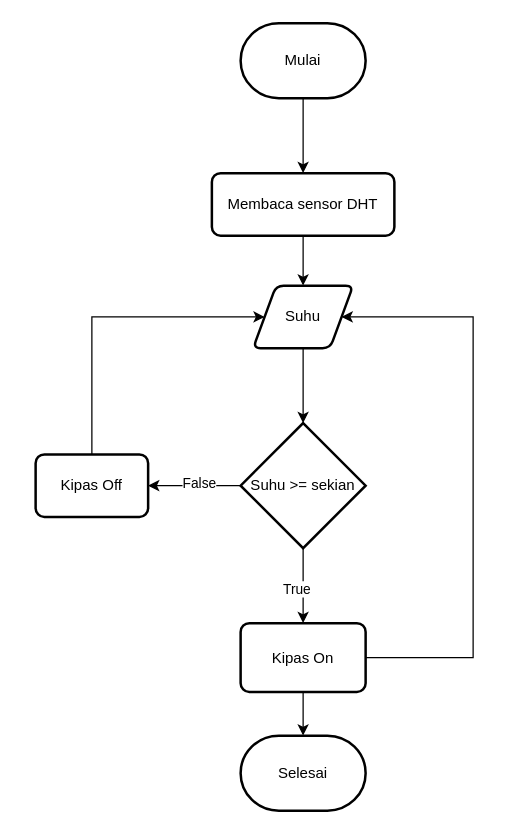
This is diagram/Flowchart.drawio from lalala2b/project-bpvp, a draw.io file, before an edit. Source tidied: cells renumbered, new cells numbered last; positions are measured from the earlier drawing's top-left corner, leaving out a move shared by most shapes. Both pictures are drawn from the tidied source at 125%, with x=0, y=0 at pixel (35, 22).
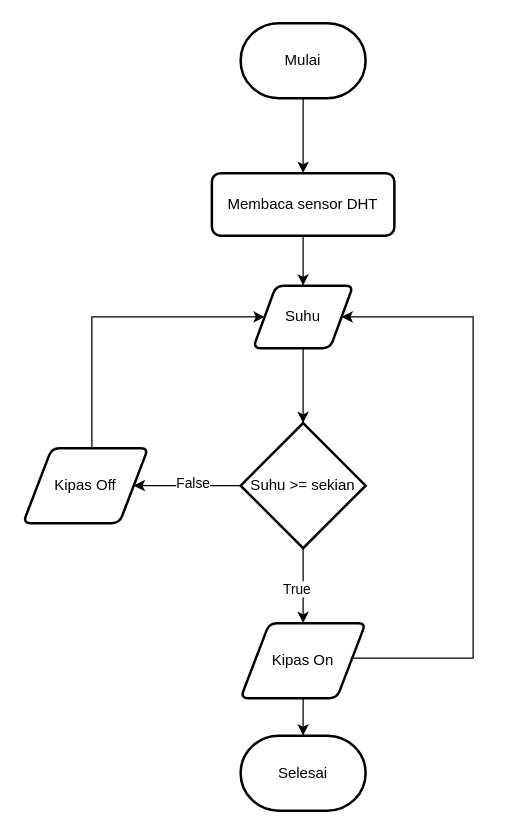
The same page after the edit.

Unchanged cells that the change refers to:
```xml
<mxCell id="6" value="Suhu" style="shape=parallelogram;html=1;strokeWidth=2;perimeter=parallelogramPerimeter;whiteSpace=wrap;rounded=1;arcSize=12;size=0.23;" parent="1" vertex="1">
  <mxGeometry x="174" y="210" width="80" height="50" as="geometry" />
</mxCell>
<mxCell id="17" value="Selesai" style="strokeWidth=2;html=1;shape=mxgraph.flowchart.terminator;whiteSpace=wrap;" parent="1" vertex="1">
  <mxGeometry x="164" y="570" width="100" height="60" as="geometry" />
</mxCell>
```

What changed in the source:
```diff
@@
-    <mxCell id="13" style="edgeStyle=orthogonalEdgeStyle;rounded=0;jettySize=auto;html=1;exitX=0.5;exitY=0;exitDx=0;exitDy=0;entryX=0;entryY=0.5;entryDx=0;entryDy=0;" parent="1" edge="1" source="14" target="6">
+    <mxCell id="13" style="edgeStyle=orthogonalEdgeStyle;rounded=0;jettySize=auto;html=1;entryX=0;entryY=0.5;entryDx=0;entryDy=0;exitX=0.5;exitY=0;exitDx=0;exitDy=0;" parent="1" edge="1" source="14" target="6">
       <mxGeometry relative="1" as="geometry">
         <Array as="points">
+          <mxPoint x="45" y="340" />
           <mxPoint x="45" y="235" />
         </Array>
       </mxGeometry>
     </mxCell>
-    <mxCell id="14" value="Kipas Off" style="rounded=1;whiteSpace=wrap;html=1;absoluteArcSize=1;arcSize=14;strokeWidth=2;" parent="1" vertex="1">
-      <mxGeometry y="345" width="90" height="50" as="geometry" />
-    </mxCell>
     <mxCell id="15" style="edgeStyle=orthogonalEdgeStyle;rounded=0;jettySize=auto;html=1;exitX=1;exitY=0.5;exitDx=0;exitDy=0;entryX=1;entryY=0.5;entryDx=0;entryDy=0;" parent="1" edge="1" source="16" target="6">
       <mxGeometry relative="1" as="geometry">
         <Array as="points">
+          <mxPoint x="253" y="508" />
           <mxPoint x="350" y="508" />
           <mxPoint x="350" y="235" />
         </Array>
       </mxGeometry>
     </mxCell>
-    <mxCell id="16" value="Kipas On" style="rounded=1;whiteSpace=wrap;html=1;absoluteArcSize=1;arcSize=14;strokeWidth=2;" parent="1" vertex="1">
-      <mxGeometry x="164" y="480" width="100" height="55" as="geometry" />
-    </mxCell>
@@
-    <mxCell id="18" style="edgeStyle=orthogonalEdgeStyle;rounded=0;jettySize=auto;html=1;exitX=0.5;exitY=1;exitDx=0;exitDy=0;entryX=0.5;entryY=0;entryDx=0;entryDy=0;entryPerimeter=0;" parent="1" edge="1" source="16" target="17">
+    <mxCell id="18" style="edgeStyle=orthogonalEdgeStyle;rounded=0;jettySize=auto;html=1;entryX=0.5;entryY=0;entryDx=0;entryDy=0;entryPerimeter=0;exitX=0.5;exitY=1;exitDx=0;exitDy=0;" parent="1" edge="1" source="16" target="17">
       <mxGeometry relative="1" as="geometry" />
     </mxCell>
+    <mxCell id="16" value="Kipas On" style="shape=parallelogram;html=1;strokeWidth=2;perimeter=parallelogramPerimeter;whiteSpace=wrap;rounded=1;arcSize=12;size=0.23;" parent="1" vertex="1">
+      <mxGeometry x="164" y="480" width="100" height="60" as="geometry" />
+    </mxCell>
+    <mxCell id="14" value="Kipas Off" style="shape=parallelogram;html=1;strokeWidth=2;perimeter=parallelogramPerimeter;whiteSpace=wrap;rounded=1;arcSize=12;size=0.23;" parent="1" vertex="1">
+      <mxGeometry x="-10" y="340" width="100" height="60" as="geometry" />
+    </mxCell>
```
